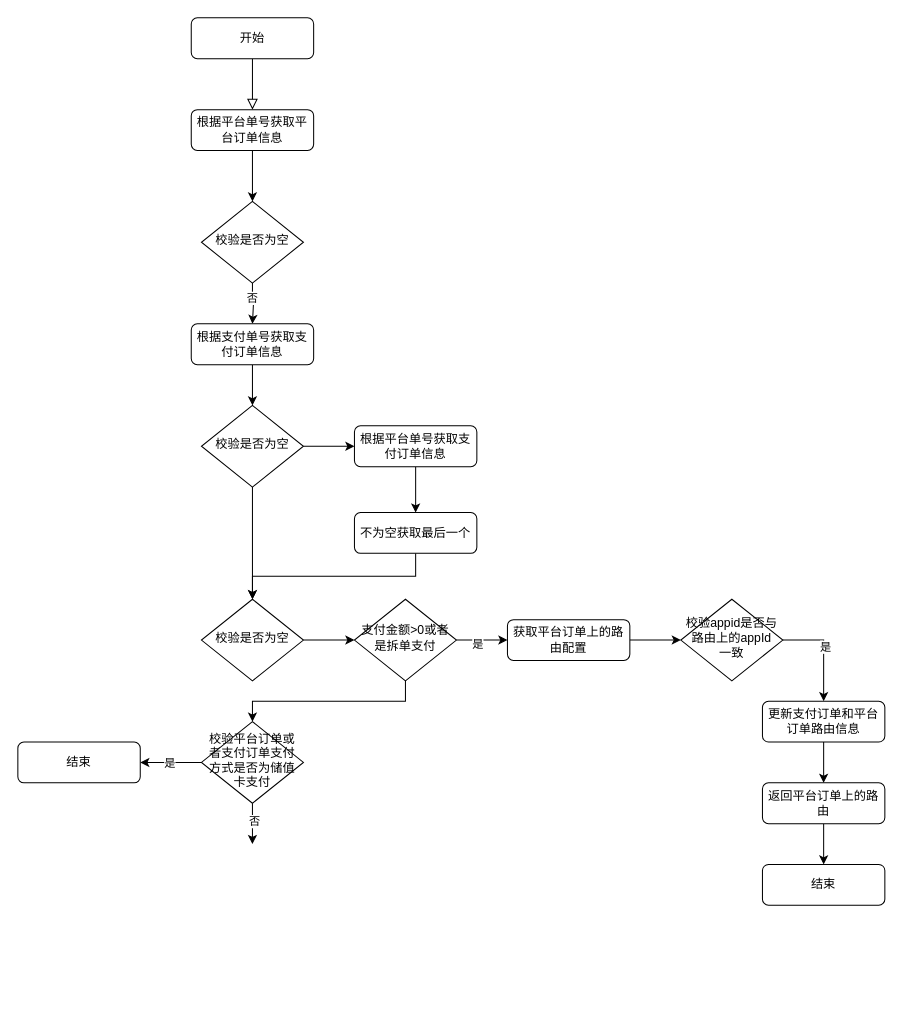
Earlier version of the draw.io diagram 支付路由逻辑梳理.drawio (guohuan0126/test). Source tidied: cells renumbered, new cells numbered last; positions are measured from the earlier drawing's top-left corner, leaving out a move shared by most shapes. Both pictures are drawn from the tidied source at 102%, with x=0, y=0 at pixel (17, 17).
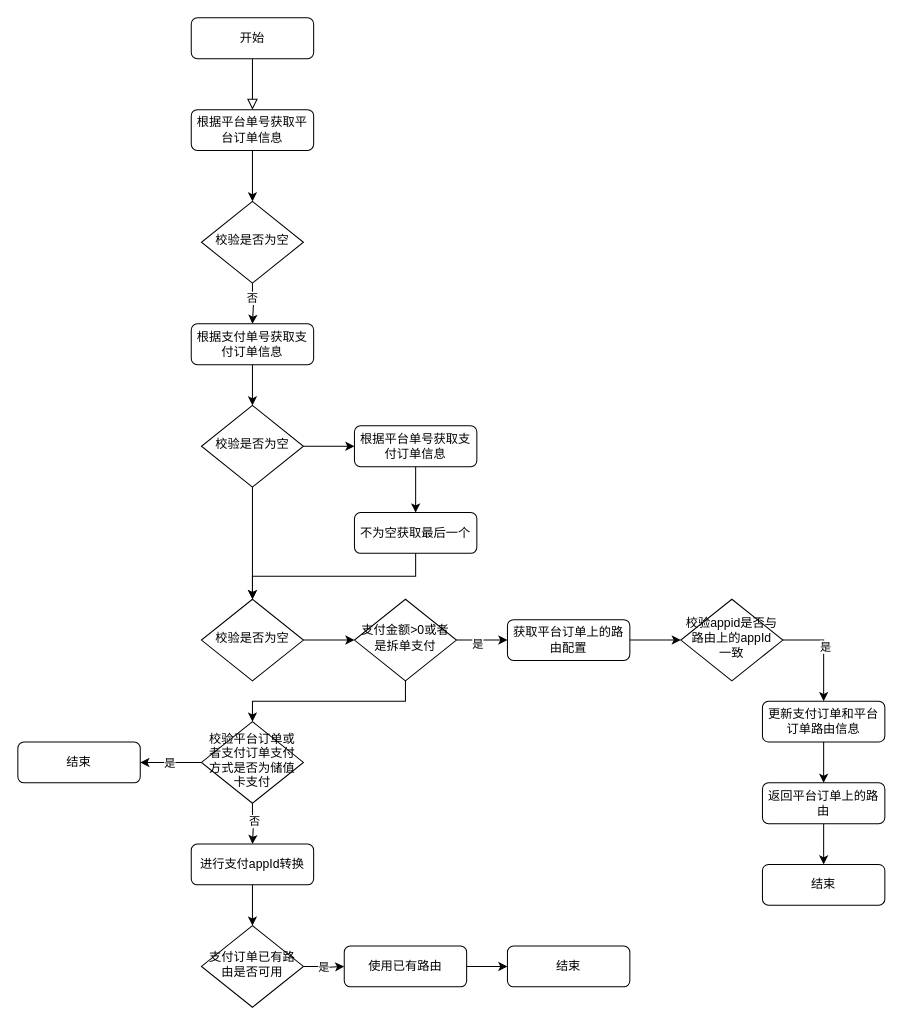
The same page after the edit.

Commit message:
更新支付路由逻辑梳理.drawio

Unchanged cells that the change refers to:
```xml
<mxCell id="38" value="校验平台订单或者支付订单支付方式是否为储值卡支付" style="rhombus;whiteSpace=wrap;html=1;shadow=0;fontFamily=Helvetica;fontSize=12;align=center;strokeWidth=1;spacing=6;spacingTop=-4;" parent="1" vertex="1">
  <mxGeometry x="180" y="690" width="100" height="80" as="geometry" />
</mxCell>
```

Diff of the diagram source:
```diff
@@
-    <mxCell id="34" style="edgeStyle=orthogonalEdgeStyle;rounded=0;jettySize=auto;html=1;exitX=0.5;exitY=1;exitDx=0;exitDy=0;" parent="1" edge="1" source="38">
+    <mxCell id="34" style="edgeStyle=orthogonalEdgeStyle;rounded=0;jettySize=auto;html=1;exitX=0.5;exitY=1;exitDx=0;exitDy=0;entryX=0.5;entryY=0;entryDx=0;entryDy=0;" parent="1" edge="1" source="38" target="41">
       <mxGeometry relative="1" as="geometry">
-        <mxPoint x="230" y="810" as="targetPoint" />
+        <Array as="points">
+          <mxPoint x="230" y="790" />
+          <mxPoint x="231" y="790" />
+        </Array>
       </mxGeometry>
     </mxCell>
@@
+    <mxCell id="40" style="edgeStyle=orthogonalEdgeStyle;rounded=0;jettySize=auto;html=1;exitX=0.5;exitY=1;exitDx=0;exitDy=0;entryX=0.5;entryY=0;entryDx=0;entryDy=0;" parent="1" edge="1" source="41" target="43">
+      <mxGeometry relative="1" as="geometry" />
+    </mxCell>
+    <mxCell id="41" value="进行支付appId转换" style="rounded=1;whiteSpace=wrap;html=1;fontSize=12;glass=0;strokeWidth=1;shadow=0;" parent="1" vertex="1">
+      <mxGeometry x="170" y="810" width="120" height="40" as="geometry" />
+    </mxCell>
+    <mxCell id="42" value="是" style="edgeStyle=orthogonalEdgeStyle;rounded=0;jettySize=auto;html=1;exitX=1;exitY=0.5;exitDx=0;exitDy=0;entryX=0;entryY=0.5;entryDx=0;entryDy=0;" parent="1" edge="1" source="43" target="45">
+      <mxGeometry relative="1" as="geometry">
+        <Array as="points">
+          <mxPoint x="300" y="930" />
+          <mxPoint x="300" y="931" />
+        </Array>
+      </mxGeometry>
+    </mxCell>
+    <mxCell id="43" value="支付订单已有路由是否可用" style="rhombus;whiteSpace=wrap;html=1;shadow=0;fontFamily=Helvetica;fontSize=12;align=center;strokeWidth=1;spacing=6;spacingTop=-4;" parent="1" vertex="1">
+      <mxGeometry x="180" y="890" width="100" height="80" as="geometry" />
+    </mxCell>
+    <mxCell id="44" style="edgeStyle=orthogonalEdgeStyle;rounded=0;jettySize=auto;html=1;exitX=1;exitY=0.5;exitDx=0;exitDy=0;entryX=0;entryY=0.5;entryDx=0;entryDy=0;" parent="1" edge="1" source="45" target="46">
+      <mxGeometry relative="1" as="geometry" />
+    </mxCell>
+    <mxCell id="45" value="使用已有路由" style="rounded=1;whiteSpace=wrap;html=1;fontSize=12;glass=0;strokeWidth=1;shadow=0;" parent="1" vertex="1">
+      <mxGeometry x="320" y="910" width="120" height="40" as="geometry" />
+    </mxCell>
+    <mxCell id="46" value="结束" style="rounded=1;whiteSpace=wrap;html=1;fontSize=12;glass=0;strokeWidth=1;shadow=0;" parent="1" vertex="1">
+      <mxGeometry x="480" y="910" width="120" height="40" as="geometry" />
+    </mxCell>
```
